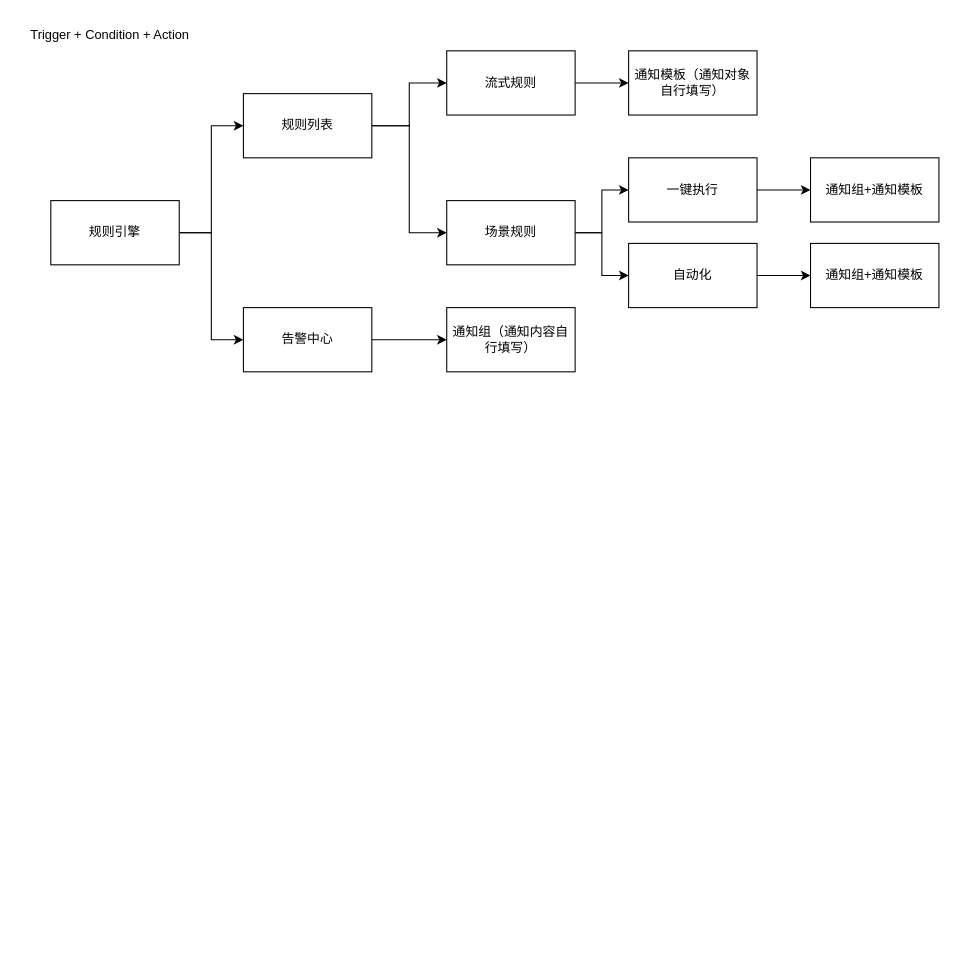
The draw.io diagram page "Flow" (5 of 9) of Hedv.drawio in Sidamor/drawio, before the edit. Source tidied: cells renumbered, new cells numbered last; positions are measured from the earlier drawing's top-left corner, leaving out a move shared by most shapes. Both pictures are drawn from the tidied source at 107%, with x=0, y=0 at pixel (18, 18).
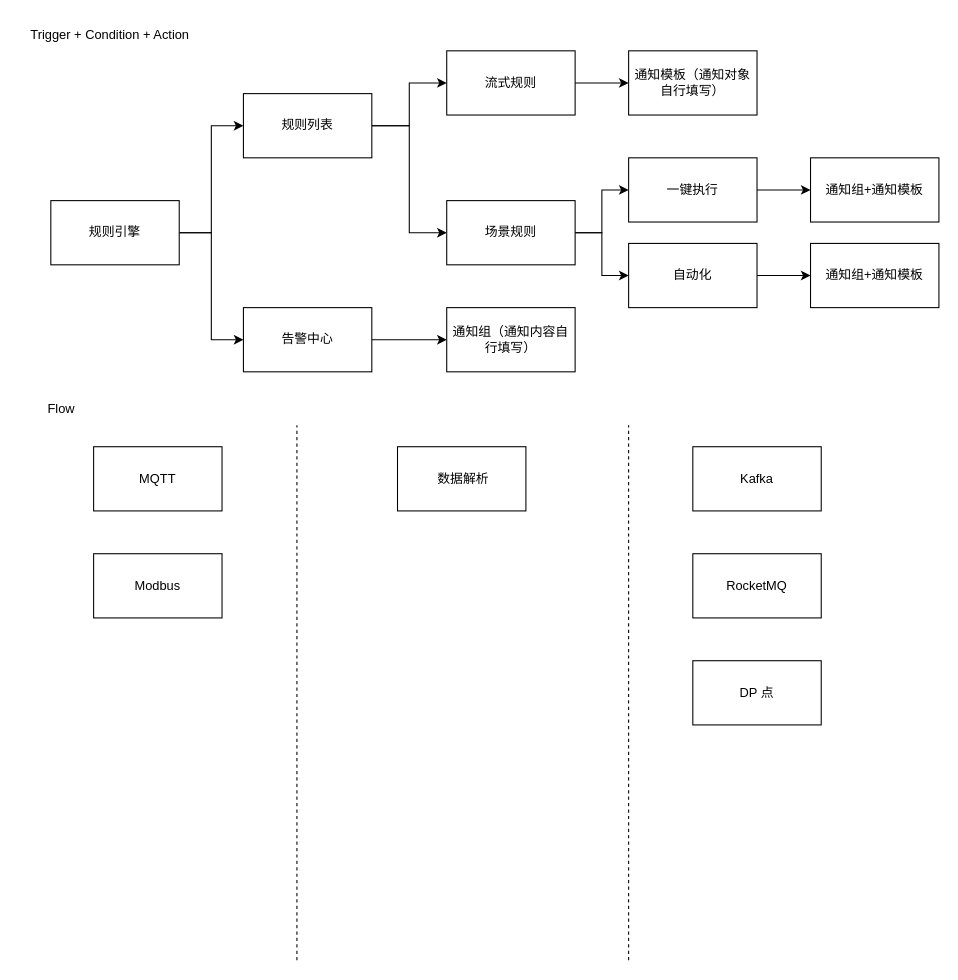
Above is the later version.

The edit, as a diff of the source:
```diff
@@
+    <mxCell id="24" value="Flow" style="text;html=1;whiteSpace=wrap;strokeColor=none;fillColor=none;align=center;verticalAlign=middle;rounded=0;" parent="1" vertex="1">
+      <mxGeometry x="10" y="350" width="60" height="30" as="geometry" />
+    </mxCell>
+    <mxCell id="25" style="endArrow=none;dashed=1;html=1;rounded=0;" parent="1" edge="1">
+      <mxGeometry relative="1" as="geometry">
+        <mxPoint x="260" y="880" as="sourcePoint" />
+        <mxPoint x="260" y="380" as="targetPoint" />
+      </mxGeometry>
+    </mxCell>
+    <mxCell id="26" style="endArrow=none;dashed=1;html=1;rounded=0;" parent="1" edge="1">
+      <mxGeometry relative="1" as="geometry">
+        <mxPoint x="570" y="880" as="sourcePoint" />
+        <mxPoint x="570" y="380" as="targetPoint" />
+      </mxGeometry>
+    </mxCell>
+    <mxCell id="27" value="MQTT" style="rounded=0;whiteSpace=wrap;html=1;" parent="1" vertex="1">
+      <mxGeometry x="70" y="400" width="120" height="60" as="geometry" />
+    </mxCell>
+    <mxCell id="28" value="Modbus" style="rounded=0;whiteSpace=wrap;html=1;" parent="1" vertex="1">
+      <mxGeometry x="70" y="500" width="120" height="60" as="geometry" />
+    </mxCell>
+    <mxCell id="29" value="&amp;nbsp;数据解析" style="rounded=0;whiteSpace=wrap;html=1;" parent="1" vertex="1">
+      <mxGeometry x="354" y="400" width="120" height="60" as="geometry" />
+    </mxCell>
+    <mxCell id="30" value="Kafka" style="rounded=0;whiteSpace=wrap;html=1;" parent="1" vertex="1">
+      <mxGeometry x="630" y="400" width="120" height="60" as="geometry" />
+    </mxCell>
+    <mxCell id="31" value="RocketMQ" style="rounded=0;whiteSpace=wrap;html=1;" parent="1" vertex="1">
+      <mxGeometry x="630" y="500" width="120" height="60" as="geometry" />
+    </mxCell>
+    <mxCell id="32" value="DP 点" style="rounded=0;whiteSpace=wrap;html=1;" parent="1" vertex="1">
+      <mxGeometry x="630" y="600" width="120" height="60" as="geometry" />
+    </mxCell>
```
